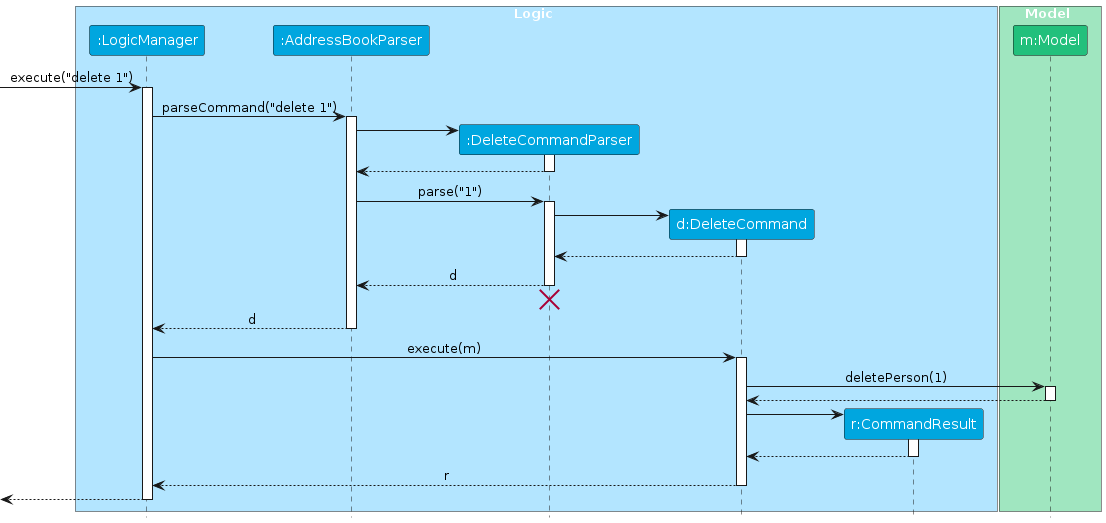
This is diagrams/DeleteSequenceDiagram.png from ananyaj1515/tp, a PlantUML export, as it was before one commit. Its source is kept beside it as diagrams/DeleteSequenceDiagram.puml.
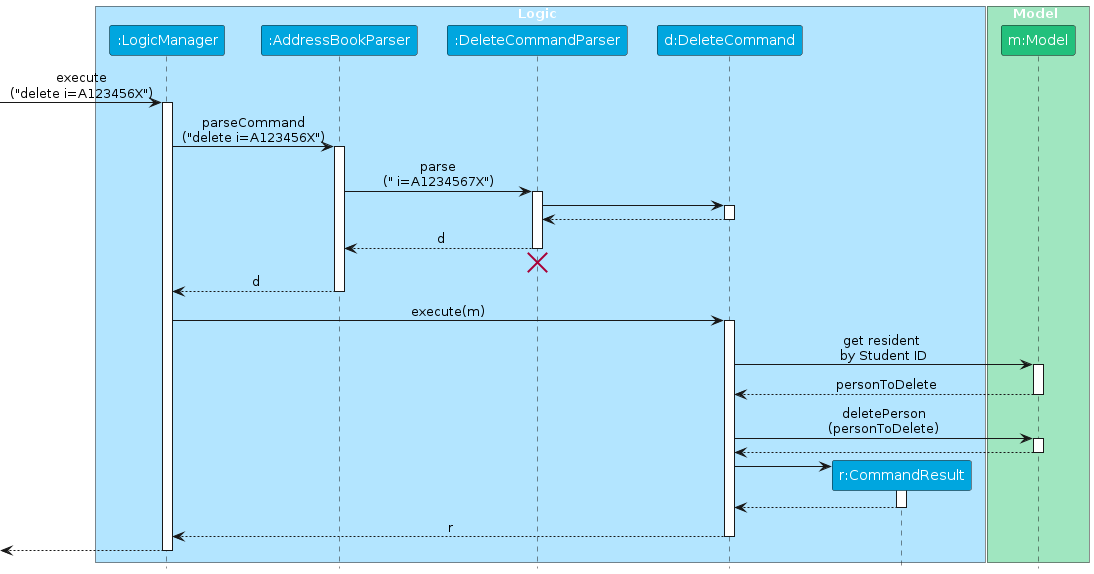
After the commit.

What changed in the source:
```diff
@@ -1,6 +1,10 @@
 @startuml
 !include style.puml
 skinparam ArrowFontStyle plain
+skinparam DefaultFontStyle plain
+skinparam SequenceParticipantFontStyle plain
+skinparam SequenceMessageFontStyle plain
+skinparam SequenceGroupFontStyle plain
 
 box Logic LOGIC_COLOR_T1
 participant ":LogicManager" as LogicManager LOGIC_COLOR
@@ -14,23 +18,15 @@
 participant "m:Model" as Model MODEL_COLOR
 end box
 
-[-> LogicManager : execute("delete 1")
+[-> LogicManager : execute\n("delete i=A123456X")
 activate LogicManager
 
-LogicManager -> AddressBookParser : parseCommand("delete 1")
+LogicManager -> AddressBookParser : parseCommand\n("delete i=A123456X")
 activate AddressBookParser
 
-create DeleteCommandParser
-AddressBookParser -> DeleteCommandParser
+AddressBookParser -> DeleteCommandParser : parse\n(" i=A1234567X")
 activate DeleteCommandParser
 
-DeleteCommandParser --> AddressBookParser
-deactivate DeleteCommandParser
-
-AddressBookParser -> DeleteCommandParser : parse("1")
-activate DeleteCommandParser
-
-create DeleteCommand
 DeleteCommandParser -> DeleteCommand
 activate DeleteCommand
 
@@ -48,7 +44,12 @@
 LogicManager -> DeleteCommand : execute(m)
 activate DeleteCommand
 
-DeleteCommand -> Model : deletePerson(1)
+DeleteCommand -> Model : get resident \nby Student ID
+activate Model
+Model --> DeleteCommand : personToDelete
+deactivate Model
+
+DeleteCommand -> Model : deletePerson\n(personToDelete)
 activate Model
 
 Model --> DeleteCommand
```
